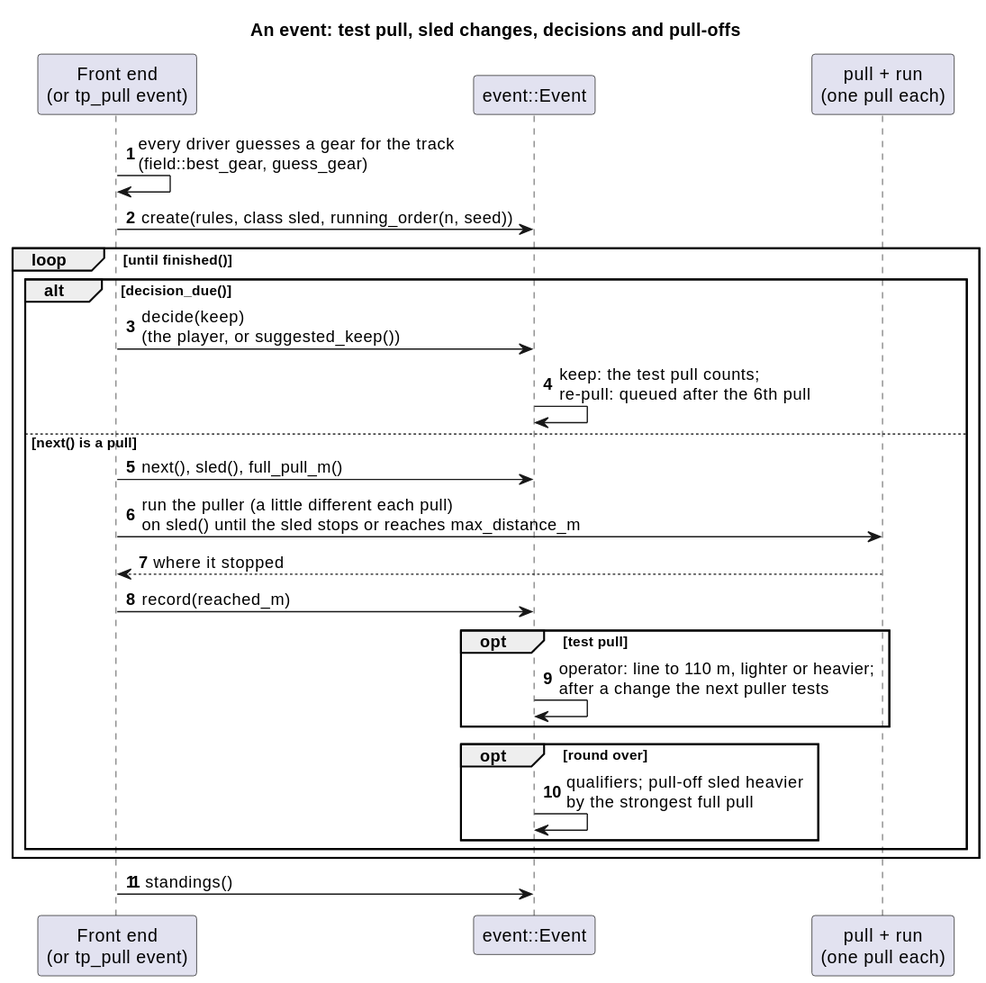
Earlier version of the PlantUML export docs/diagrams/svg/event_sequence.svg (wversteeg/TractorPulling).
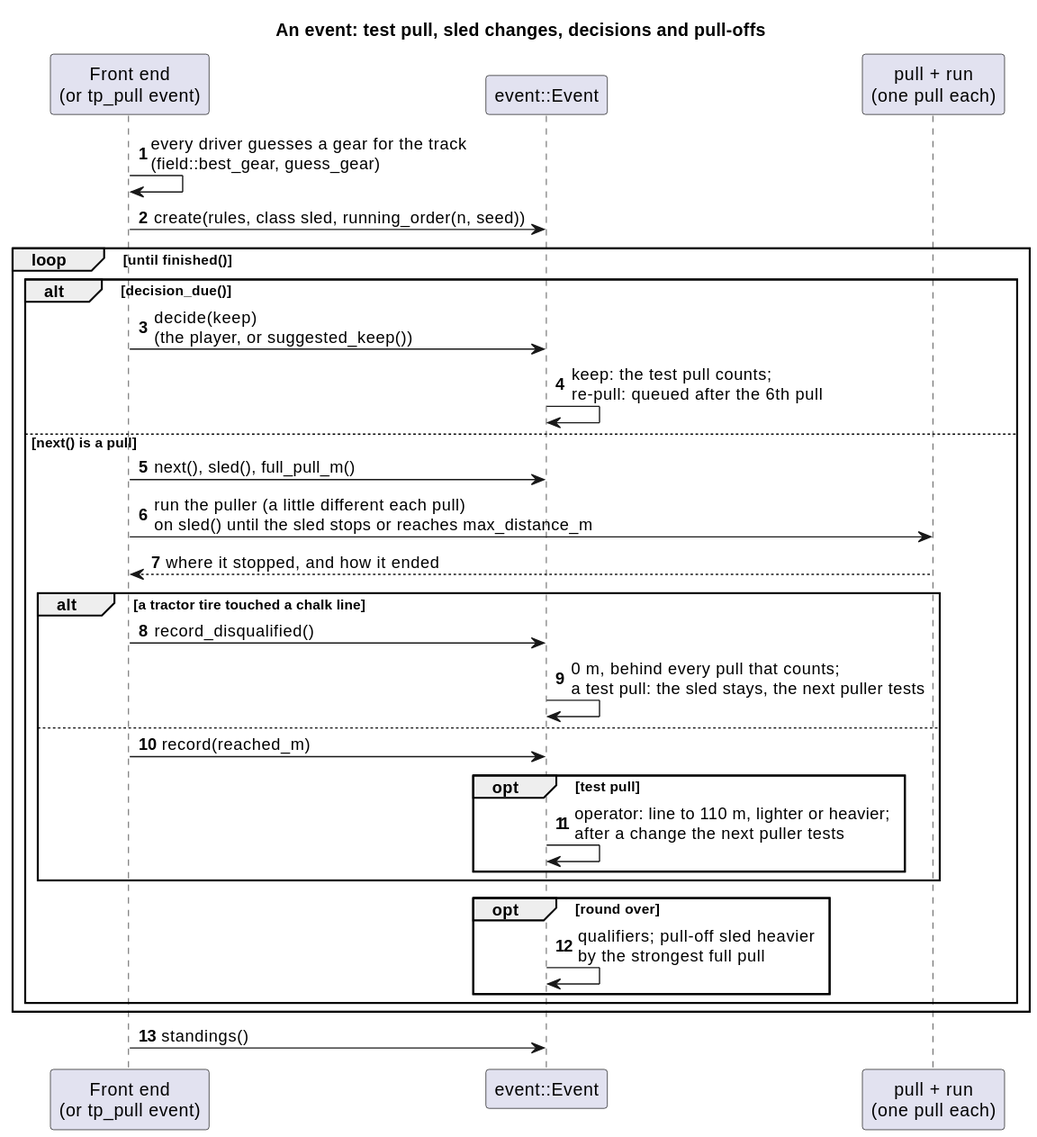
The same diagram one commit later.

The edit, as a diff of the source:
```diff
@@ -14,10 +14,15 @@
   else next() is a pull
     Caller -> Event : next(), sled(), full_pull_m()
     Caller -> Run : run the puller (a little different each pull)\non sled() until the sled stops or reaches max_distance_m
-    Run --> Caller : where it stopped
-    Caller -> Event : record(reached_m)
-    opt test pull
-      Event -> Event : operator: line to 110 m, lighter or heavier;\nafter a change the next puller tests
+    Run --> Caller : where it stopped, and how it ended
+    alt a tractor tire touched a chalk line
+      Caller -> Event : record_disqualified()
+      Event -> Event : 0 m, behind every pull that counts;\na test pull: the sled stays, the next puller tests
+    else
+      Caller -> Event : record(reached_m)
+      opt test pull
+        Event -> Event : operator: line to 110 m, lighter or heavier;\nafter a change the next puller tests
+      end
     end
     opt round over
       Event -> Event : qualifiers; pull-off sled heavier\nby the strongest full pull
```
